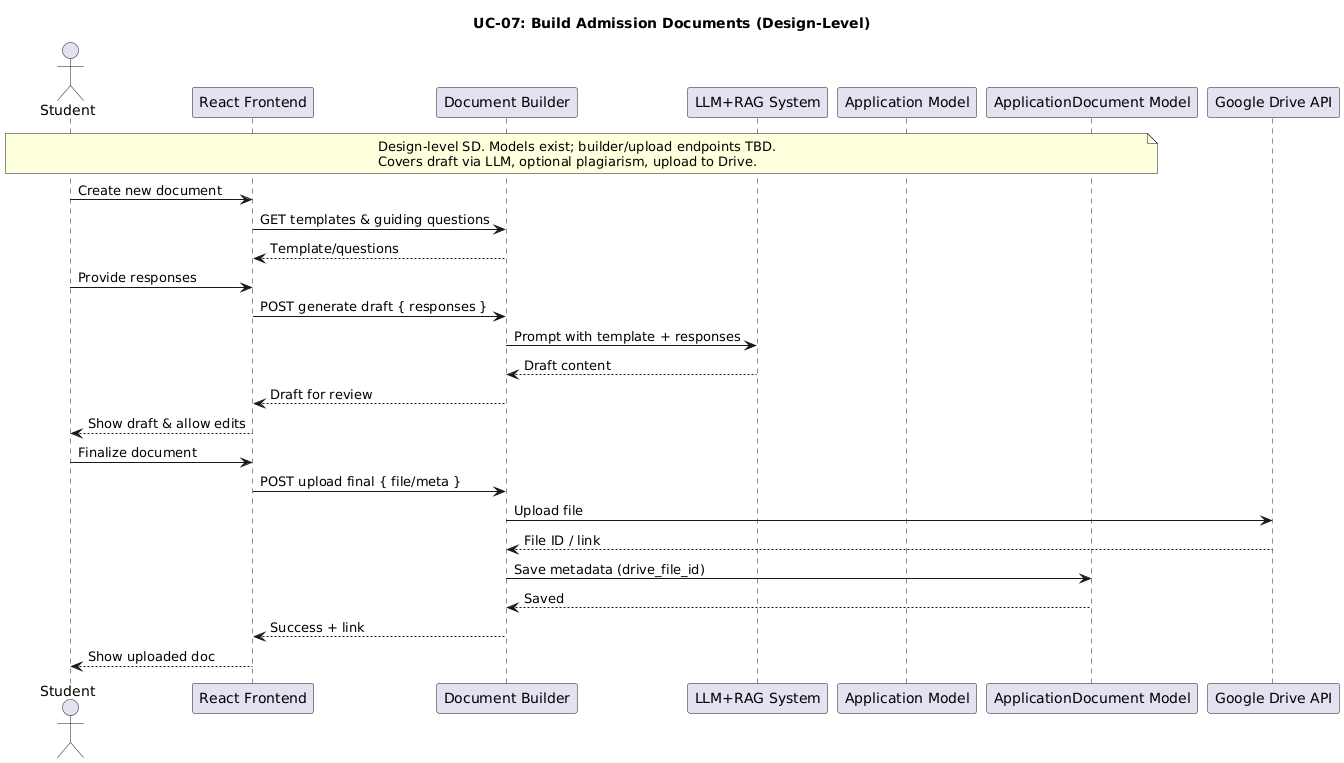
Before: planttext/us7-v1.png, a diagram exported from PlantUML (MMMustafakamran/SDs). Its diagram source:
```plantuml
@startuml
title UC-07: Build Admission Documents (Design-Level)

actor Student
participant Frontend as "React Frontend"
participant DocumentAPI as "Document Builder"
participant LLM as "LLM+RAG System"
participant Application as "Application Model"
participant ApplicationDocument as "ApplicationDocument Model"
participant Drive as "Google Drive API"

note over Student, ApplicationDocument
Design-level SD. Models exist; builder/upload endpoints TBD.
Covers draft via LLM, optional plagiarism, upload to Drive.
end note

Student -> Frontend : Create new document
Frontend -> DocumentAPI : GET templates & guiding questions
DocumentAPI --> Frontend : Template/questions
Student -> Frontend : Provide responses
Frontend -> DocumentAPI : POST generate draft { responses }
DocumentAPI -> LLM : Prompt with template + responses
LLM --> DocumentAPI : Draft content
DocumentAPI --> Frontend : Draft for review
Frontend --> Student : Show draft & allow edits

Student -> Frontend : Finalize document
Frontend -> DocumentAPI : POST upload final { file/meta }
DocumentAPI -> Drive : Upload file
Drive --> DocumentAPI : File ID / link
DocumentAPI -> ApplicationDocument : Save metadata (drive_file_id)
ApplicationDocument --> DocumentAPI : Saved
DocumentAPI --> Frontend : Success + link
Frontend --> Student : Show uploaded doc
@enduml
```
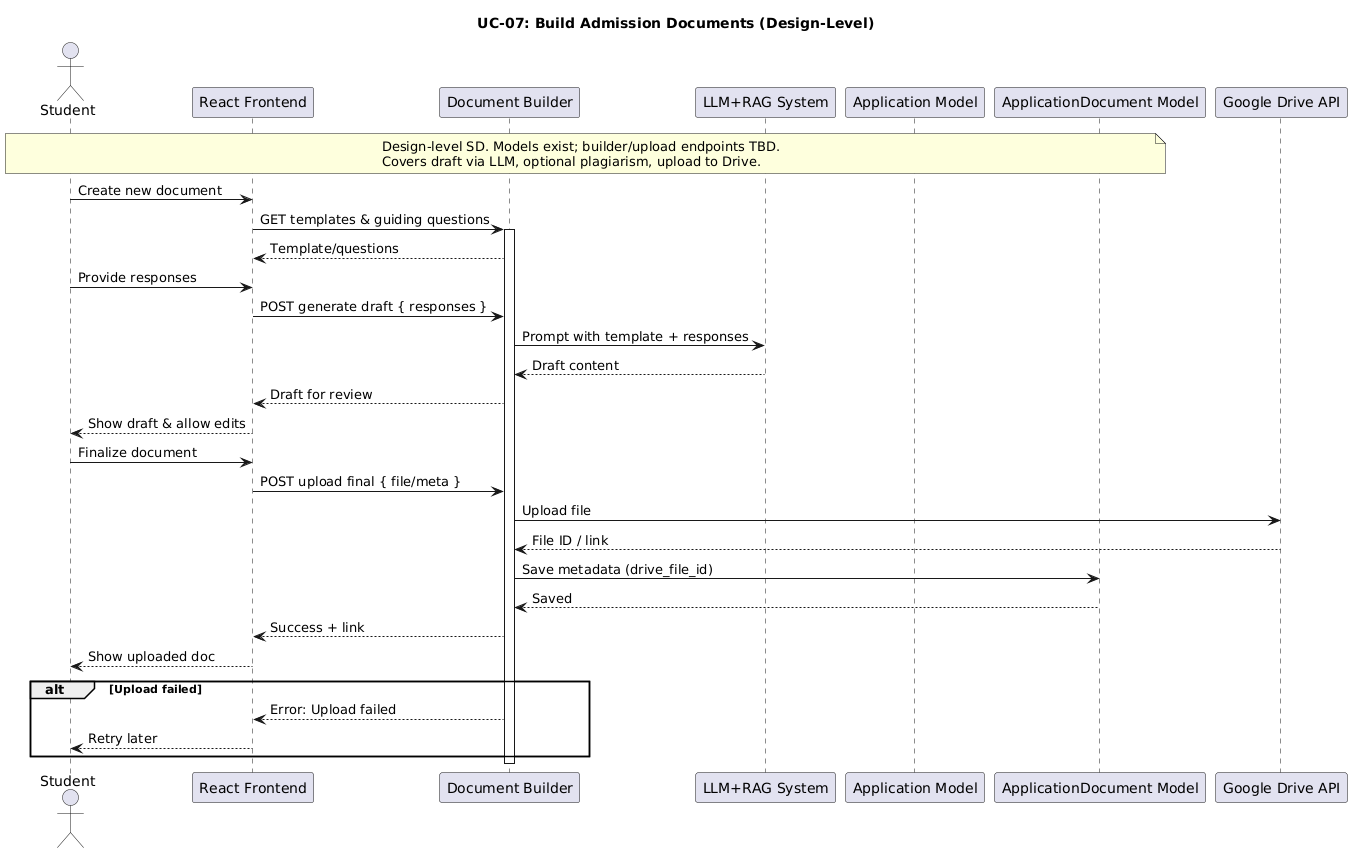
Later version of the same file.

Diff of the diagram source:
```diff
@@ -16,6 +16,7 @@
 
 Student -> Frontend : Create new document
 Frontend -> DocumentAPI : GET templates & guiding questions
+activate DocumentAPI
 DocumentAPI --> Frontend : Template/questions
 Student -> Frontend : Provide responses
 Frontend -> DocumentAPI : POST generate draft { responses }
@@ -32,4 +33,11 @@
 ApplicationDocument --> DocumentAPI : Saved
 DocumentAPI --> Frontend : Success + link
 Frontend --> Student : Show uploaded doc
+
+alt Upload failed
+    DocumentAPI --> Frontend : Error: Upload failed
+    Frontend --> Student : Retry later
+end
+
+deactivate DocumentAPI
 @enduml
```
